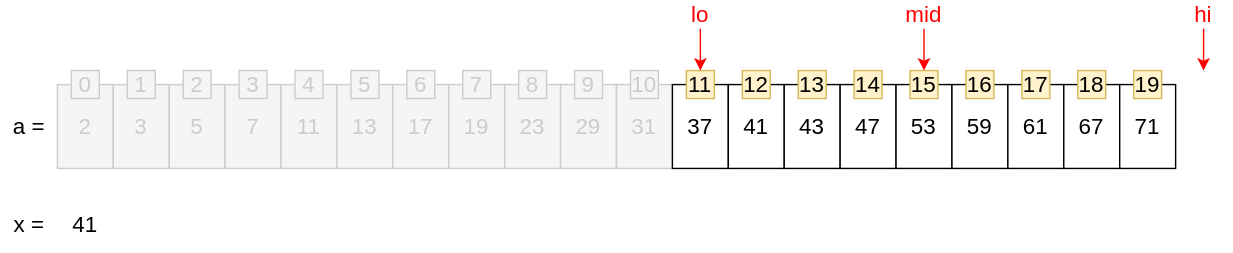
zininote/zininote.github.io-old- keeps this draw.io diagram as img/algorithm/algorithm-1081-01-01-04.svg. Above is the earlier version. Source tidied: cells renumbered, new cells last; positions are measured from the earlier drawing's top-left corner, leaving out a move shared by most shapes.
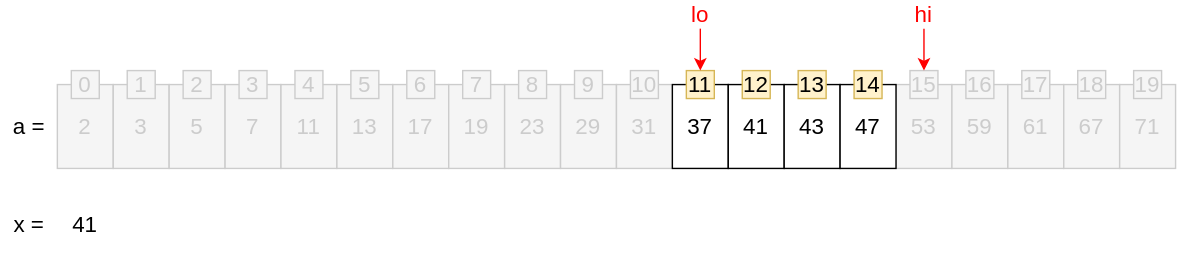
After the commit.

The edit, as a diff of the source:
```diff
@@ -44,22 +44,19 @@
     <mxCell id="15" value="43" style="rounded=0;whiteSpace=wrap;html=1;fontSize=16;" parent="1" vertex="1">
       <mxGeometry x="560" y="60" width="40" height="60" as="geometry" />
     </mxCell>
-    <mxCell id="16" value="47" style="rounded=0;whiteSpace=wrap;html=1;fontSize=16;" parent="1" vertex="1">
-      <mxGeometry x="600" y="60" width="40" height="60" as="geometry" />
-    </mxCell>
-    <mxCell id="17" value="53" style="rounded=0;whiteSpace=wrap;html=1;fontSize=16;" parent="1" vertex="1">
+    <mxCell id="17" value="53" style="rounded=0;whiteSpace=wrap;html=1;fontSize=16;fillColor=#f5f5f5;strokeColor=#CCCCCC;fontColor=#CCCCCC;" parent="1" vertex="1">
       <mxGeometry x="640" y="60" width="40" height="60" as="geometry" />
     </mxCell>
-    <mxCell id="18" value="59" style="rounded=0;whiteSpace=wrap;html=1;fontSize=16;" parent="1" vertex="1">
+    <mxCell id="18" value="59" style="rounded=0;whiteSpace=wrap;html=1;fontSize=16;fillColor=#f5f5f5;strokeColor=#CCCCCC;fontColor=#CCCCCC;" parent="1" vertex="1">
       <mxGeometry x="680" y="60" width="40" height="60" as="geometry" />
     </mxCell>
-    <mxCell id="19" value="61" style="rounded=0;whiteSpace=wrap;html=1;fontSize=16;" parent="1" vertex="1">
+    <mxCell id="19" value="61" style="rounded=0;whiteSpace=wrap;html=1;fontSize=16;fillColor=#f5f5f5;strokeColor=#CCCCCC;fontColor=#CCCCCC;" parent="1" vertex="1">
       <mxGeometry x="720" y="60" width="40" height="60" as="geometry" />
     </mxCell>
-    <mxCell id="20" value="67" style="rounded=0;whiteSpace=wrap;html=1;fontSize=16;" parent="1" vertex="1">
+    <mxCell id="20" value="67" style="rounded=0;whiteSpace=wrap;html=1;fontSize=16;fillColor=#f5f5f5;strokeColor=#CCCCCC;fontColor=#CCCCCC;" parent="1" vertex="1">
       <mxGeometry x="760" y="60" width="40" height="60" as="geometry" />
     </mxCell>
-    <mxCell id="21" value="71" style="rounded=0;whiteSpace=wrap;html=1;fontSize=16;" parent="1" vertex="1">
+    <mxCell id="21" value="71" style="rounded=0;whiteSpace=wrap;html=1;fontSize=16;fillColor=#f5f5f5;strokeColor=#CCCCCC;fontColor=#CCCCCC;" parent="1" vertex="1">
       <mxGeometry x="800" y="60" width="40" height="60" as="geometry" />
     </mxCell>
     <mxCell id="22" value="a =" style="text;html=1;strokeColor=none;fillColor=none;align=center;verticalAlign=middle;whiteSpace=wrap;rounded=0;fontSize=16;" parent="1" vertex="1">
@@ -113,32 +110,24 @@
     <mxCell id="38" value="&lt;span style=&quot;font-size: 16px&quot;&gt;13&lt;/span&gt;" style="text;html=1;strokeColor=#d6b656;fillColor=#fff2cc;align=center;verticalAlign=middle;whiteSpace=wrap;rounded=0;" parent="1" vertex="1">
       <mxGeometry x="570" y="50" width="20" height="20" as="geometry" />
     </mxCell>
-    <mxCell id="39" value="&lt;span style=&quot;font-size: 16px&quot;&gt;14&lt;/span&gt;" style="text;html=1;strokeColor=#d6b656;fillColor=#fff2cc;align=center;verticalAlign=middle;whiteSpace=wrap;rounded=0;" parent="1" vertex="1">
-      <mxGeometry x="610" y="50" width="20" height="20" as="geometry" />
-    </mxCell>
-    <mxCell id="40" value="&lt;span style=&quot;font-size: 16px&quot;&gt;15&lt;/span&gt;" style="text;html=1;strokeColor=#d6b656;fillColor=#fff2cc;align=center;verticalAlign=middle;whiteSpace=wrap;rounded=0;" parent="1" vertex="1">
+    <mxCell id="40" value="&lt;span style=&quot;font-size: 16px&quot;&gt;15&lt;/span&gt;" style="text;html=1;fillColor=#f5f5f5;align=center;verticalAlign=middle;whiteSpace=wrap;rounded=0;strokeColor=#CCCCCC;fontColor=#CCCCCC;" parent="1" vertex="1">
       <mxGeometry x="650" y="50" width="20" height="20" as="geometry" />
     </mxCell>
-    <mxCell id="41" value="&lt;span style=&quot;font-size: 16px&quot;&gt;16&lt;/span&gt;" style="text;html=1;strokeColor=#d6b656;fillColor=#fff2cc;align=center;verticalAlign=middle;whiteSpace=wrap;rounded=0;" parent="1" vertex="1">
+    <mxCell id="41" value="&lt;span style=&quot;font-size: 16px&quot;&gt;16&lt;/span&gt;" style="text;html=1;fillColor=#f5f5f5;align=center;verticalAlign=middle;whiteSpace=wrap;rounded=0;strokeColor=#CCCCCC;fontColor=#CCCCCC;" parent="1" vertex="1">
       <mxGeometry x="690" y="50" width="20" height="20" as="geometry" />
     </mxCell>
-    <mxCell id="42" value="&lt;span style=&quot;font-size: 16px&quot;&gt;17&lt;/span&gt;" style="text;html=1;strokeColor=#d6b656;fillColor=#fff2cc;align=center;verticalAlign=middle;whiteSpace=wrap;rounded=0;" parent="1" vertex="1">
+    <mxCell id="42" value="&lt;span style=&quot;font-size: 16px&quot;&gt;17&lt;/span&gt;" style="text;html=1;fillColor=#f5f5f5;align=center;verticalAlign=middle;whiteSpace=wrap;rounded=0;strokeColor=#CCCCCC;fontColor=#CCCCCC;" parent="1" vertex="1">
       <mxGeometry x="730" y="50" width="20" height="20" as="geometry" />
     </mxCell>
-    <mxCell id="43" value="&lt;span style=&quot;font-size: 16px&quot;&gt;18&lt;/span&gt;" style="text;html=1;strokeColor=#d6b656;fillColor=#fff2cc;align=center;verticalAlign=middle;whiteSpace=wrap;rounded=0;" parent="1" vertex="1">
+    <mxCell id="43" value="&lt;span style=&quot;font-size: 16px&quot;&gt;18&lt;/span&gt;" style="text;html=1;fillColor=#f5f5f5;align=center;verticalAlign=middle;whiteSpace=wrap;rounded=0;strokeColor=#CCCCCC;fontColor=#CCCCCC;" parent="1" vertex="1">
       <mxGeometry x="770" y="50" width="20" height="20" as="geometry" />
     </mxCell>
-    <mxCell id="44" value="&lt;span style=&quot;font-size: 16px&quot;&gt;19&lt;/span&gt;" style="text;html=1;strokeColor=#d6b656;fillColor=#fff2cc;align=center;verticalAlign=middle;whiteSpace=wrap;rounded=0;" parent="1" vertex="1">
+    <mxCell id="44" value="&lt;span style=&quot;font-size: 16px&quot;&gt;19&lt;/span&gt;" style="text;html=1;fillColor=#f5f5f5;align=center;verticalAlign=middle;whiteSpace=wrap;rounded=0;strokeColor=#CCCCCC;fontColor=#CCCCCC;" parent="1" vertex="1">
       <mxGeometry x="810" y="50" width="20" height="20" as="geometry" />
     </mxCell>
     <mxCell id="45" style="edgeStyle=orthogonalEdgeStyle;rounded=0;jettySize=auto;html=1;exitX=0.5;exitY=1;exitDx=0;exitDy=0;entryX=0.5;entryY=0;entryDx=0;entryDy=0;strokeColor=#FF0000;fontSize=16;fontColor=#FF0000;" parent="1" edge="1" source="48" target="36">
       <mxGeometry relative="1" as="geometry" />
     </mxCell>
-    <mxCell id="46" style="edgeStyle=orthogonalEdgeStyle;rounded=0;jettySize=auto;html=1;exitX=0.5;exitY=1;exitDx=0;exitDy=0;strokeColor=#FF0000;fontSize=16;fontColor=#FF0000;" parent="1" edge="1" source="51">
-      <mxGeometry relative="1" as="geometry">
-        <mxPoint x="860" y="50" as="targetPoint" />
-      </mxGeometry>
-    </mxCell>
     <mxCell id="47" style="group;" parent="1" vertex="1">
       <mxGeometry x="480" width="40" height="20" as="geometry" />
     </mxCell>
@@ -148,25 +137,19 @@
     <mxCell id="49" style="edgeStyle=orthogonalEdgeStyle;rounded=0;jettySize=auto;html=1;exitX=0.5;exitY=1;exitDx=0;exitDy=0;entryX=0.5;entryY=0;entryDx=0;entryDy=0;fontSize=16;fontColor=#FF0000;strokeColor=#FF0000;" parent="1" edge="1" source="48">
       <mxGeometry relative="1" as="geometry" />
     </mxCell>
-    <mxCell id="50" style="group;" parent="1" vertex="1">
-      <mxGeometry x="840" width="40" height="20" as="geometry" />
-    </mxCell>
-    <mxCell id="51" value="hi" style="text;html=1;strokeColor=none;fillColor=none;align=center;verticalAlign=middle;whiteSpace=wrap;rounded=0;fontSize=16;fontColor=#FF0000;" parent="50" vertex="1">
-      <mxGeometry width="40" height="20" as="geometry" />
-    </mxCell>
-    <mxCell id="52" style="edgeStyle=orthogonalEdgeStyle;rounded=0;jettySize=auto;html=1;exitX=0.5;exitY=1;exitDx=0;exitDy=0;entryX=0.5;entryY=0;entryDx=0;entryDy=0;fontSize=16;fontColor=#FF0000;strokeColor=#FF0000;" parent="1" edge="1" source="51">
-      <mxGeometry relative="1" as="geometry" />
-    </mxCell>
     <mxCell id="53" style="edgeStyle=orthogonalEdgeStyle;rounded=0;jettySize=auto;html=1;exitX=0.5;exitY=1;exitDx=0;exitDy=0;strokeColor=#FF0000;fontSize=16;fontColor=#FF0000;" parent="1" edge="1" source="55">
       <mxGeometry relative="1" as="geometry">
         <mxPoint x="660" y="50" as="targetPoint" />
       </mxGeometry>
     </mxCell>
-    <mxCell id="54" style="group;" parent="1" vertex="1">
-      <mxGeometry x="640" width="40" height="20" as="geometry" />
-    </mxCell>
-    <mxCell id="55" value="mid" style="text;html=1;strokeColor=none;fillColor=none;align=center;verticalAlign=middle;whiteSpace=wrap;rounded=0;fontSize=16;fontColor=#FF0000;" parent="54" vertex="1">
-      <mxGeometry width="40" height="20" as="geometry" />
+    <mxCell id="55" value="hi" style="text;html=1;strokeColor=none;fillColor=none;align=center;verticalAlign=middle;whiteSpace=wrap;rounded=0;fontSize=16;fontColor=#FF0000;" parent="1" vertex="1">
+      <mxGeometry x="640" width="40" height="20" as="geometry" />
     </mxCell>
+    <mxCell id="16" value="47" style="rounded=0;whiteSpace=wrap;html=1;fontSize=16;" parent="1" vertex="1">
+      <mxGeometry x="600" y="60" width="40" height="60" as="geometry" />
+    </mxCell>
+    <mxCell id="39" value="&lt;span style=&quot;font-size: 16px&quot;&gt;14&lt;/span&gt;" style="text;html=1;strokeColor=#d6b656;fillColor=#fff2cc;align=center;verticalAlign=middle;whiteSpace=wrap;rounded=0;" parent="1" vertex="1">
+      <mxGeometry x="610" y="50" width="20" height="20" as="geometry" />
+    </mxCell>
   </root>
 </mxGraphModel>
```
